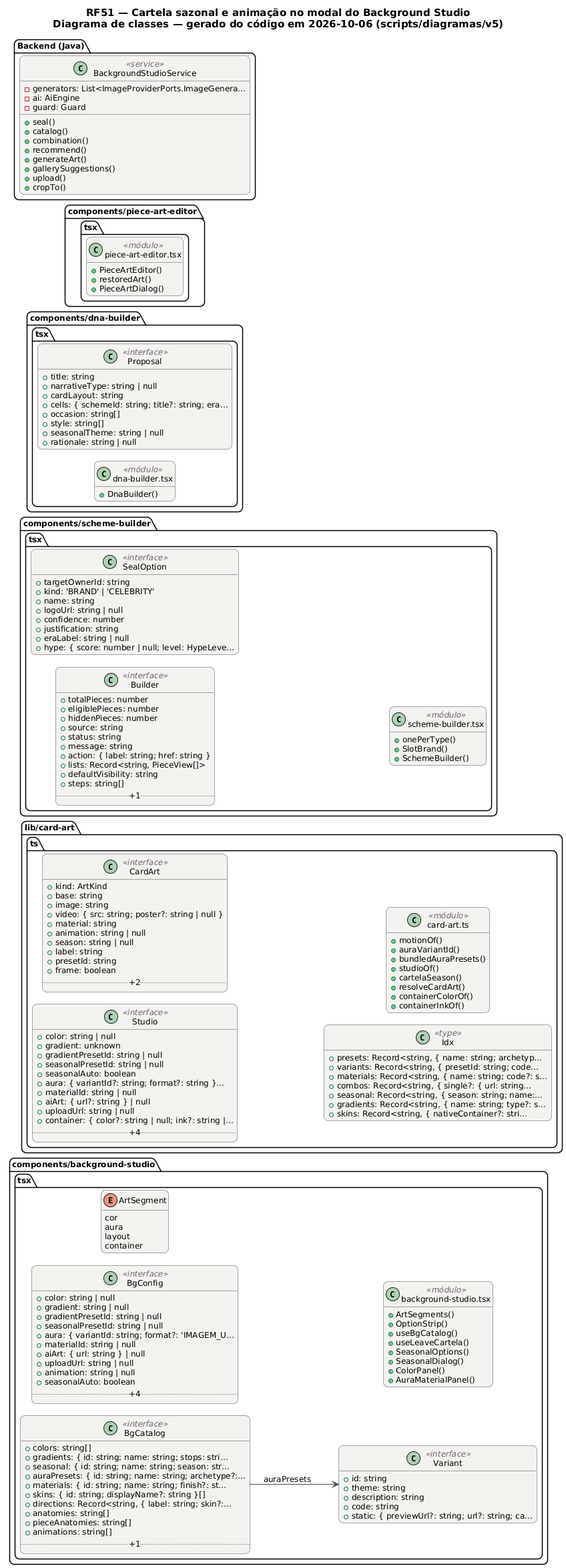
Above: docs/diagramas/RF51/RF51_Classes.png in MatheusHaliski/tcc-2026-fashion-ai-backend (PlantUML), before the change. Source of this version:
```plantuml
@startuml RF51_Classes
!pragma layout smetana
skinparam backgroundColor #FFFFFF
skinparam shadowing false
skinparam defaultFontName "DejaVu Sans"
skinparam defaultFontSize 12
skinparam titleFontSize 15
skinparam roundcorner 14
skinparam ArrowColor #52606D
skinparam note {
  BackgroundColor #FFFDEB
  BorderColor #D8CE78
  FontColor #554F24
}
skinparam class {
  BackgroundColor #F4F2EF
  BorderColor #4A4852
  ArrowColor #4A4852
  StereotypeFontColor #6B6470
}
hide empty members
left to right direction
title RF51 — Cartela sazonal e animação no modal do Background Studio\nDiagrama de classes — gerado do código em 2026-10-06 (scripts/diagramas/v5)

package "components/background-studio.tsx" {
  class BgConfig as "BgConfig" <<interface>> {
    +color: string | null
    +gradient: string | null
    +gradientPresetId: string | null
    +seasonalPresetId: string | null
    +aura: { variantId: string; format?: 'IMAGEM_U…
    +materialId: string | null
    +aiArt: { url: string } | null
    +uploadUrl: string | null
    +animation: string | null
    +seasonalAuto: boolean
    .. +4 ..
  }
  class BgCatalog as "BgCatalog" <<interface>> {
    +colors: string[]
    +gradients: { id: string; name: string; stops: stri…
    +seasonal: { id: string; name: string; season: str…
    +auraPresets: { id: string; name: string; archetype?:…
    +materials: { id: string; name: string; finish?: st…
    +skins: { id: string; displayName?: string }[]
    +directions: Record<string, { label: string; skin?:…
    +anatomies: string[]
    +pieceAnatomies: string[]
    +animations: string[]
    .. +1 ..
  }
  class Variant as "Variant" <<interface>> {
    +id: string
    +theme: string
    +description: string
    +code: string
    +static: { previewUrl?: string; url?: string; ca…
  }
  enum ArtSegment as "ArtSegment" {
    cor
    aura
    layout
    container
  }
  class mod_background_studio_tsx as "background-studio.tsx" <<módulo>> {
    +ArtSegments()
    +OptionStrip()
    +useBgCatalog()
    +useLeaveCartela()
    +SeasonalOptions()
    +SeasonalDialog()
    +ColorPanel()
    +AuraMaterialPanel()
  }
}
package "lib/card-art.ts" {
  class Studio as "Studio" <<interface>> {
    +color: string | null
    +gradient: unknown
    +gradientPresetId: string | null
    +seasonalPresetId: string | null
    +seasonalAuto: boolean
    +aura: { variantId?: string; format?: string }…
    +materialId: string | null
    +aiArt: { url?: string } | null
    +uploadUrl: string | null
    +container: { color?: string | null; ink?: string |…
    .. +4 ..
  }
  class CardArt as "CardArt" <<interface>> {
    +kind: ArtKind
    +base: string
    +image: string
    +video: { src: string; poster?: string | null }
    +material: string
    +animation: string | null
    +season: string | null
    +label: string
    +presetId: string
    +frame: boolean
    .. +2 ..
  }
  class Idx as "Idx" <<type>> {
    +presets: Record<string, { name: string; archetyp…
    +variants: Record<string, { presetId: string; code…
    +materials: Record<string, { name: string; code?: s…
    +combos: Record<string, { single?: { url: string…
    +seasonal: Record<string, { season: string; name:…
    +gradients: Record<string, { name: string; type?: s…
    +skins: Record<string, { nativeContainer?: stri…
  }
  class mod_card_art_ts as "card-art.ts" <<módulo>> {
    +motionOf()
    +auraVariantId()
    +bundledAuraPresets()
    +studioOf()
    +cartelaSeason()
    +resolveCardArt()
    +containerColorOf()
    +containerInkOf()
  }
}
package "components/scheme-builder.tsx" {
  class Builder as "Builder" <<interface>> {
    +totalPieces: number
    +eligiblePieces: number
    +hiddenPieces: number
    +source: string
    +status: string
    +message: string
    +action: { label: string; href: string }
    +lists: Record<string, PieceView[]>
    +defaultVisibility: string
    +steps: string[]
    .. +1 ..
  }
  class SealOption as "SealOption" <<interface>> {
    +targetOwnerId: string
    +kind: 'BRAND' | 'CELEBRITY'
    +name: string
    +logoUrl: string | null
    +confidence: number
    +justification: string
    +eraLabel: string | null
    +hype: { score: number | null; level: HypeLeve…
  }
  class mod_scheme_builder_tsx as "scheme-builder.tsx" <<módulo>> {
    +onePerType()
    +SlotBrand()
    +SchemeBuilder()
  }
}
package "components/dna-builder.tsx" {
  class Proposal as "Proposal" <<interface>> {
    +title: string
    +narrativeType: string | null
    +cardLayout: string
    +cells: { schemeId: string; title?: string; era…
    +occasion: string[]
    +style: string[]
    +seasonalTheme: string | null
    +rationale: string | null
  }
  class mod_dna_builder_tsx as "dna-builder.tsx" <<módulo>> {
    +DnaBuilder()
  }
}
package "components/piece-art-editor.tsx" {
  class mod_piece_art_editor_tsx as "piece-art-editor.tsx" <<módulo>> {
    +PieceArtEditor()
    +restoredArt()
    +PieceArtDialog()
  }
}
package "Backend (Java)" {
  class BackgroundStudioService <<service>> {
    -generators: List<ImageProviderPorts.ImageGenera…
    -ai: AiEngine
    -guard: Guard
    +seal()
    +catalog()
    +combination()
    +recommend()
    +generateArt()
    +gallerySuggestions()
    +upload()
    +cropTo()
  }
}
BgCatalog --> Variant : auraPresets
@enduml
```
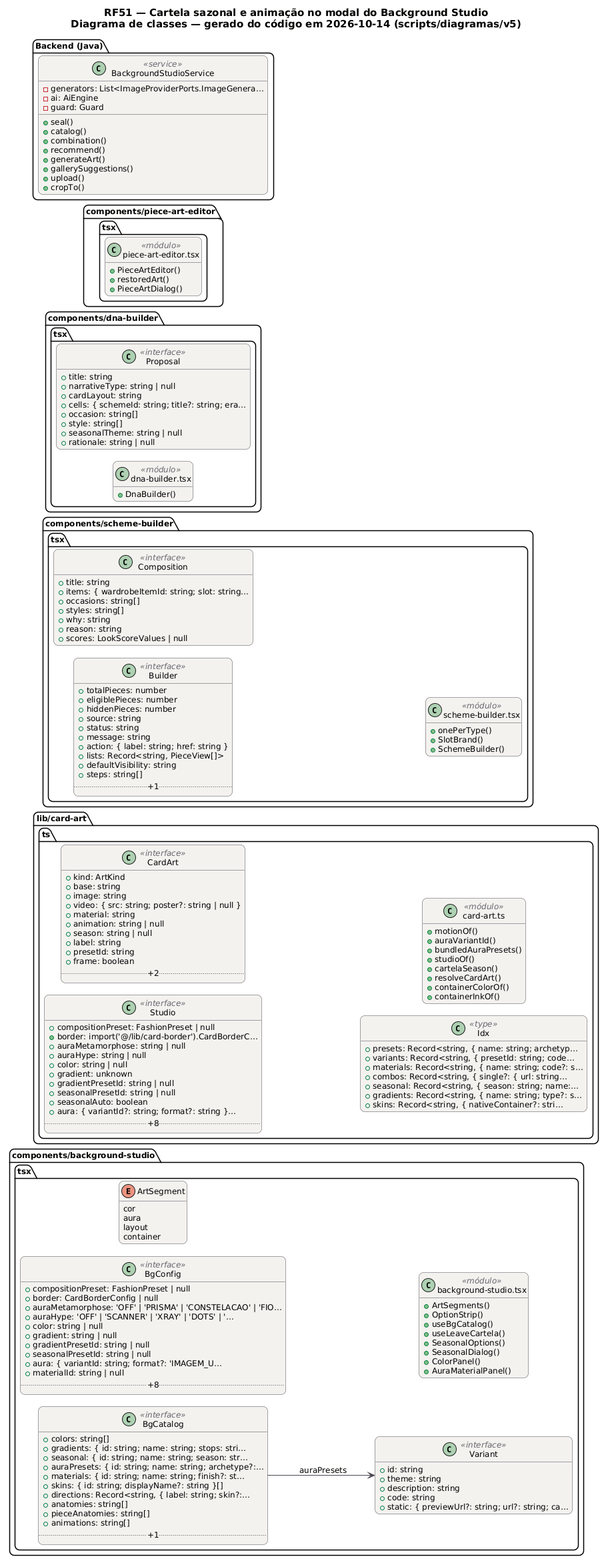
Later version of the same file.

Diff of the diagram source:
```diff
@@ -20,21 +20,21 @@
 }
 hide empty members
 left to right direction
-title RF51 — Cartela sazonal e animação no modal do Background Studio\nDiagrama de classes — gerado do código em 2026-10-06 (scripts/diagramas/v5)
+title RF51 — Cartela sazonal e animação no modal do Background Studio\nDiagrama de classes — gerado do código em 2026-10-14 (scripts/diagramas/v5)
 
 package "components/background-studio.tsx" {
   class BgConfig as "BgConfig" <<interface>> {
+    +compositionPreset: FashionPreset | null
+    +border: CardBorderConfig | null
+    +auraMetamorphose: 'OFF' | 'PRISMA' | 'CONSTELACAO' | 'FIO…
+    +auraHype: 'OFF' | 'SCANNER' | 'XRAY' | 'DOTS' | '…
     +color: string | null
     +gradient: string | null
     +gradientPresetId: string | null
     +seasonalPresetId: string | null
     +aura: { variantId: string; format?: 'IMAGEM_U…
     +materialId: string | null
-    +aiArt: { url: string } | null
-    +uploadUrl: string | null
-    +animation: string | null
-    +seasonalAuto: boolean
-    .. +4 ..
+    .. +8 ..
   }
   class BgCatalog as "BgCatalog" <<interface>> {
     +colors: string[]
@@ -75,17 +75,17 @@
 }
 package "lib/card-art.ts" {
   class Studio as "Studio" <<interface>> {
+    +compositionPreset: FashionPreset | null
+    +border: import('@/lib/card-border').CardBorderC…
+    +auraMetamorphose: string | null
+    +auraHype: string | null
     +color: string | null
     +gradient: unknown
     +gradientPresetId: string | null
     +seasonalPresetId: string | null
     +seasonalAuto: boolean
     +aura: { variantId?: string; format?: string }…
-    +materialId: string | null
-    +aiArt: { url?: string } | null
-    +uploadUrl: string | null
-    +container: { color?: string | null; ink?: string |…
-    .. +4 ..
+    .. +8 ..
   }
   class CardArt as "CardArt" <<interface>> {
     +kind: ArtKind
@@ -134,15 +134,14 @@
     +steps: string[]
     .. +1 ..
   }
-  class SealOption as "SealOption" <<interface>> {
-    +targetOwnerId: string
-    +kind: 'BRAND' | 'CELEBRITY'
-    +name: string
-    +logoUrl: string | null
-    +confidence: number
-    +justification: string
-    +eraLabel: string | null
-    +hype: { score: number | null; level: HypeLeve…
+  class Composition as "Composition" <<interface>> {
+    +title: string
+    +items: { wardrobeItemId: string; slot: string…
+    +occasions: string[]
+    +styles: string[]
+    +why: string
+    +reason: string
+    +scores: LookScoreValues | null
   }
   class mod_scheme_builder_tsx as "scheme-builder.tsx" <<módulo>> {
     +onePerType()
```
